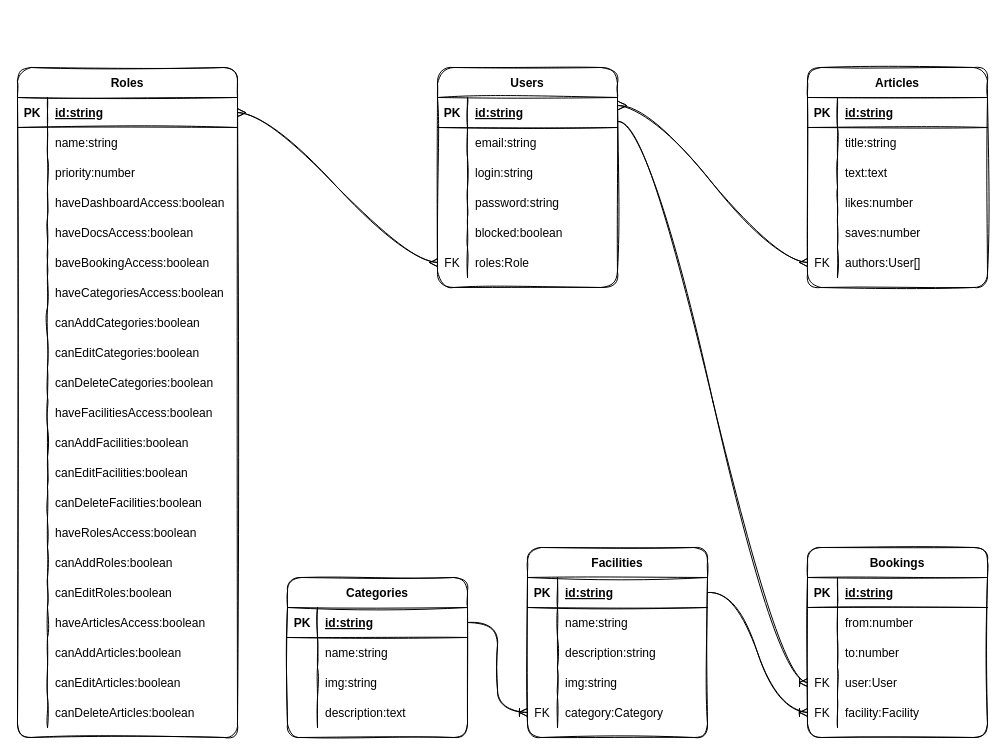
Before: page "DB Diagram" (1 of 3) of diagramms/db.drawio in TheBaconStyle/nest-next-project, a draw.io diagram. Source tidied: cells renumbered, new cells numbered last; positions are measured from the earlier drawing's top-left corner, leaving out a move shared by most shapes. Both pictures are drawn from the tidied source at 100%, with x=0, y=0 at pixel (17, 67).
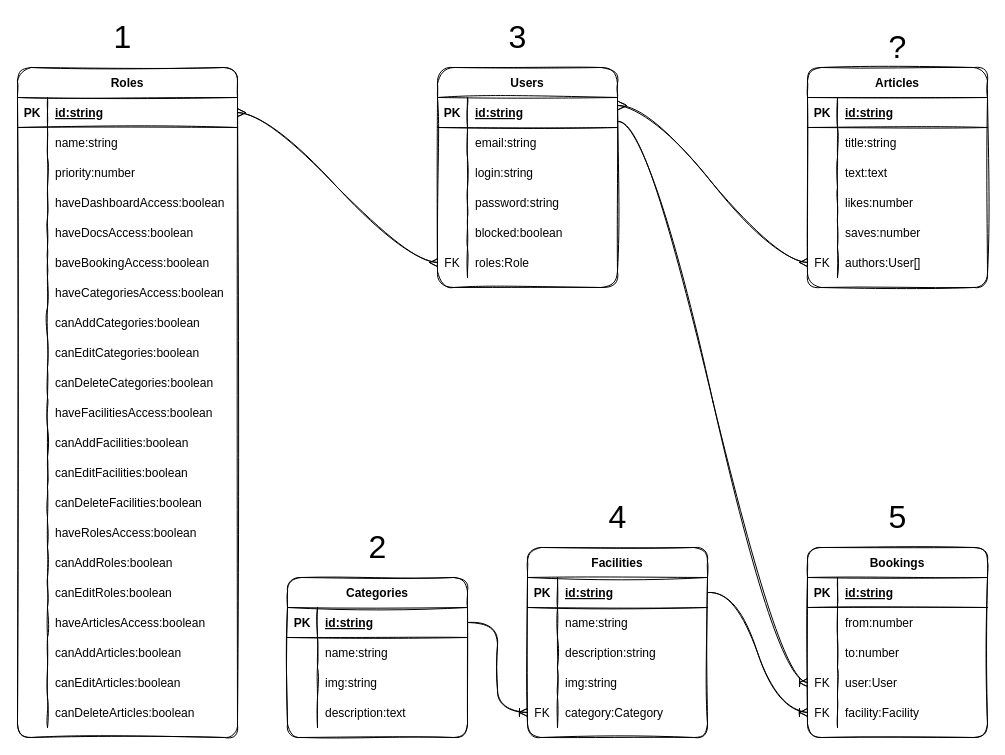
The same page after the edit.

What changed in the source:
```diff
@@
+    <mxCell id="154" value="?" style="text;html=1;align=center;verticalAlign=middle;strokeColor=none;fillColor=none;fontSize=32;" parent="1" vertex="1">
+      <mxGeometry x="865" y="-40" width="30" height="40" as="geometry" />
+    </mxCell>
+    <mxCell id="155" value="1" style="text;html=1;align=center;verticalAlign=middle;strokeColor=none;fillColor=none;fontSize=32;" parent="1" vertex="1">
+      <mxGeometry x="90" y="-50" width="30" height="40" as="geometry" />
+    </mxCell>
+    <mxCell id="156" value="2" style="text;html=1;align=center;verticalAlign=middle;strokeColor=none;fillColor=none;fontSize=32;" parent="1" vertex="1">
+      <mxGeometry x="345" y="460" width="30" height="40" as="geometry" />
+    </mxCell>
+    <mxCell id="157" value="3" style="text;html=1;align=center;verticalAlign=middle;strokeColor=none;fillColor=none;fontSize=32;" parent="1" vertex="1">
+      <mxGeometry x="485" y="-50" width="30" height="40" as="geometry" />
+    </mxCell>
+    <mxCell id="158" value="4" style="text;html=1;align=center;verticalAlign=middle;strokeColor=none;fillColor=none;fontSize=32;" parent="1" vertex="1">
+      <mxGeometry x="585" y="430" width="30" height="40" as="geometry" />
+    </mxCell>
+    <mxCell id="159" value="5" style="text;html=1;align=center;verticalAlign=middle;strokeColor=none;fillColor=none;fontSize=32;" parent="1" vertex="1">
+      <mxGeometry x="865" y="430" width="30" height="40" as="geometry" />
+    </mxCell>
```
